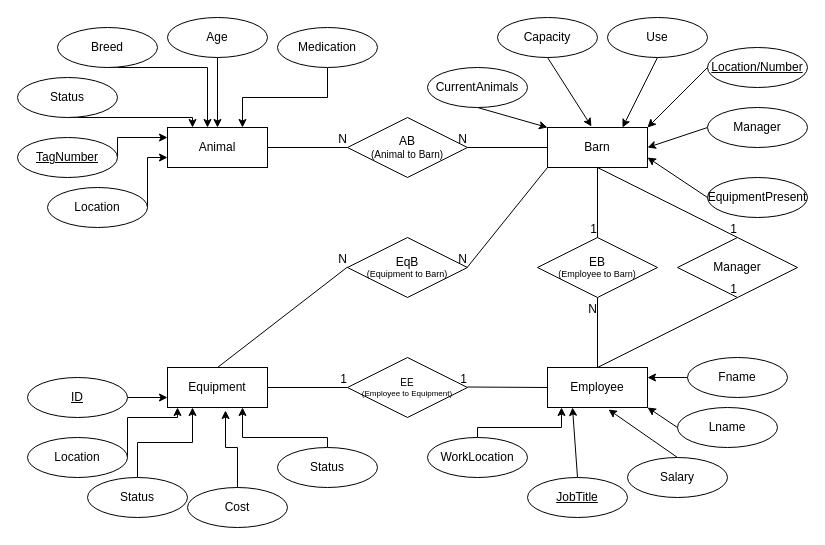
Before: Mini Final Project.drawio in JarredFoley/Final-Project-CMS, a draw.io diagram. Source tidied: cells renumbered, new cells numbered last; positions are measured from the earlier drawing's top-left corner, leaving out a move shared by most shapes. Both pictures are drawn from the tidied source at 100%, with x=0, y=0 at pixel (17, 17).
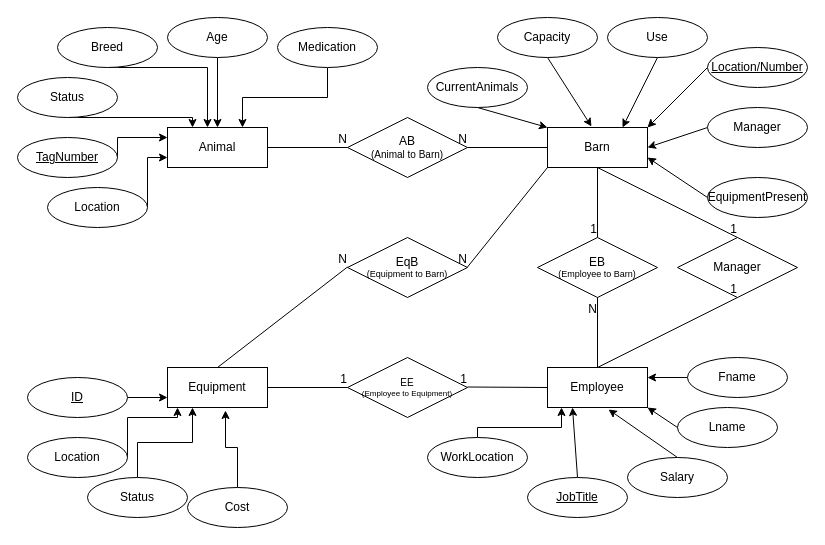
The same page after the edit.

The change refers to these unchanged cells:
```xml
<mxCell id="5" value="Equipment" style="whiteSpace=wrap;html=1;align=center;" parent="1" vertex="1">
  <mxGeometry x="150" y="350" width="100" height="40" as="geometry" />
</mxCell>
```

Change to the diagram source:
```diff
@@
-    <mxCell id="49" style="edgeStyle=orthogonalEdgeStyle;rounded=0;jettySize=auto;html=1;exitX=0.5;exitY=0;exitDx=0;exitDy=0;entryX=0.75;entryY=1;entryDx=0;entryDy=0;" parent="1" edge="1" source="50" target="5">
-      <mxGeometry relative="1" as="geometry">
-        <Array as="points">
-          <mxPoint x="310" y="420" />
-          <mxPoint x="225" y="420" />
-        </Array>
-      </mxGeometry>
-    </mxCell>
-    <mxCell id="50" value="Status" style="ellipse;whiteSpace=wrap;html=1;align=center;" parent="1" vertex="1">
-      <mxGeometry x="260" y="430" width="100" height="40" as="geometry" />
-    </mxCell>
```
